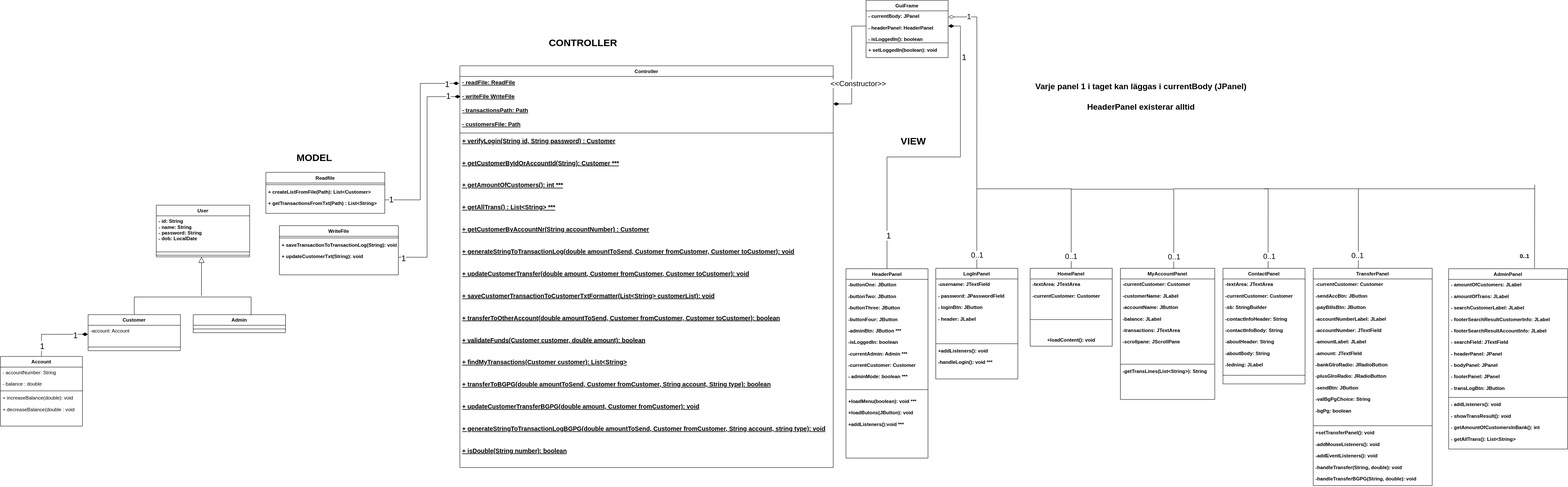
The draw.io diagram src/main/resources/diagram.svg in UrbanUsling/Bankademin, before a commit. Source tidied: cells renumbered, new cells last; positions are measured from the earlier drawing's top-left corner, leaving out a move shared by most shapes.
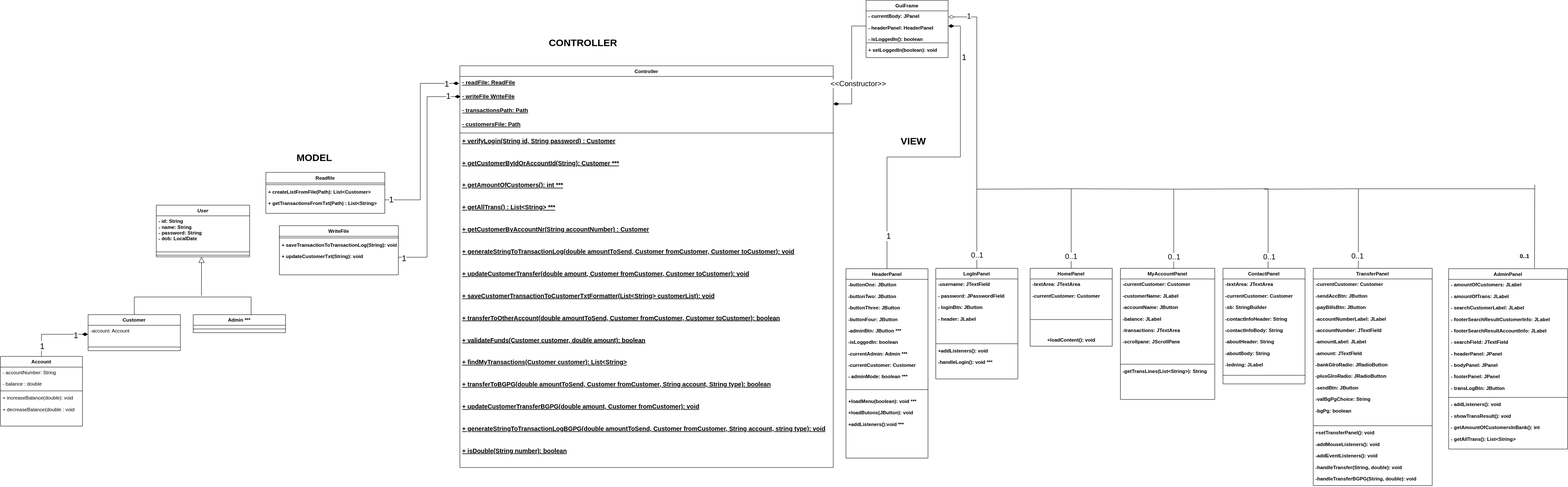
The same diagram one commit later.

The edit, as a diff of the source:
```diff
@@ -274,7 +274,7 @@
         <mxPoint x="21" y="-17" as="offset" />
       </mxGeometry>
     </mxCell>
-    <mxCell id="79" value="Admin" style="swimlane;fontStyle=1;align=center;verticalAlign=top;horizontal=1;startSize=26;labelBackgroundColor=none;strokeWidth=1;fontColor=#000000;" parent="1" vertex="1">
+    <mxCell id="79" value="Admin ***" style="swimlane;fontStyle=1;align=center;verticalAlign=top;horizontal=1;startSize=26;labelBackgroundColor=none;strokeWidth=1;fontColor=#000000;" parent="1" vertex="1">
       <mxGeometry x="470" y="767" width="225" height="44" as="geometry" />
     </mxCell>
     <mxCell id="80" style="line;strokeWidth=1;fillColor=none;align=left;verticalAlign=middle;spacingTop=-1;spacingLeft=3;spacingRight=3;labelPosition=right;strokeColor=inherit;" parent="79" vertex="1">
@@ -325,11 +325,5 @@
     <mxCell id="91" value="&lt;font style=&quot;font-size: 14px;&quot;&gt;&lt;b&gt;0..1&lt;/b&gt;&lt;/font&gt;" style="text;html=1;align=center;verticalAlign=middle;strokeColor=none;fillColor=none;fontSize=12;fontColor=#000000;" parent="1" vertex="1">
       <mxGeometry x="3690" y="610" width="50" height="30" as="geometry" />
     </mxCell>
-    <mxCell id="92" value="&lt;font style=&quot;font-size: 20px;&quot;&gt;&lt;b&gt;Varje panel 1 i taget kan läggas i currentBody (JPanel)&lt;/b&gt;&lt;/font&gt;" style="text;html=1;align=center;verticalAlign=middle;strokeColor=none;fillColor=none;fontSize=14;fontColor=#000000;" parent="1" vertex="1">
-      <mxGeometry x="2510" y="190" width="540" height="40" as="geometry" />
-    </mxCell>
-    <mxCell id="93" value="&lt;span style=&quot;font-size: 20px;&quot;&gt;&lt;b&gt;HeaderPanel existerar alltid&lt;/b&gt;&lt;/span&gt;" style="text;html=1;align=center;verticalAlign=middle;strokeColor=none;fillColor=none;fontSize=14;fontColor=#000000;" parent="1" vertex="1">
-      <mxGeometry x="2635" y="240" width="290" height="40" as="geometry" />
-    </mxCell>
   </root>
 </mxGraphModel>
```
